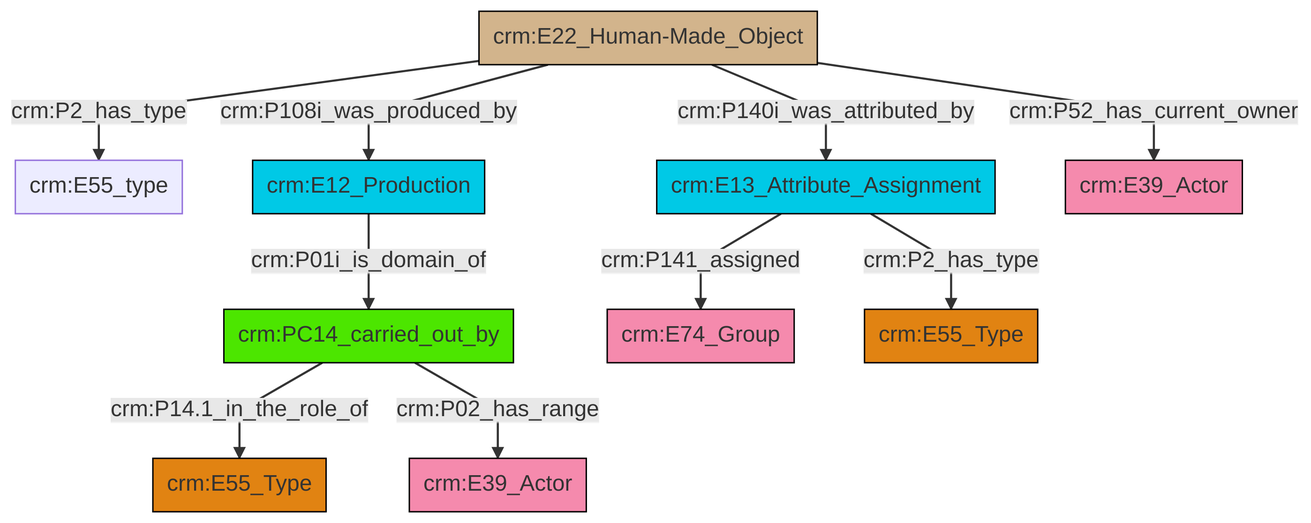
Earlier version of the Mermaid export et/builtWorkCSV/ttl/mmd/png/Built_Work_actor_relations.png (swiss-art-research-net/reference-data-models). Its source is kept beside it as et/builtWorkCSV/ttl/mmd/Built_Work_actor_relations.ttl.mmd.
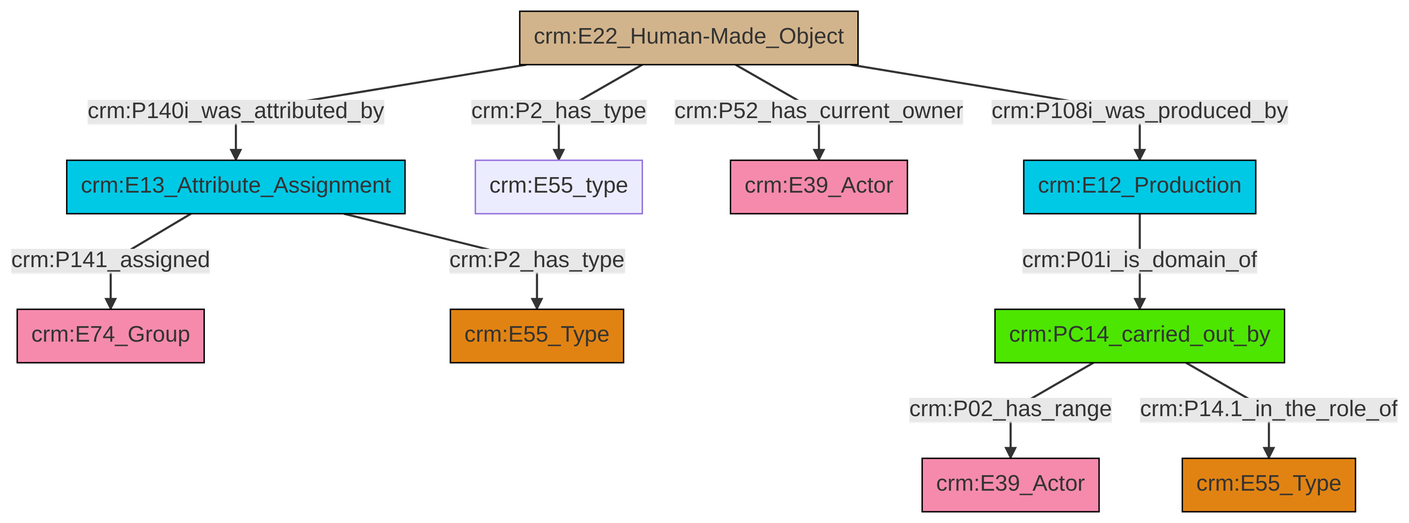
After the commit.

Change to the diagram source:
```diff
@@ -13,12 +13,12 @@
 classDef PC_Classes fill:#4ce600, stroke:#000000;
 classDef Multi fill:#cccccc,stroke:#000000;
 
-0["crm:E22_Human-Made_Object"]:::Physical_Thing -->|crm:P2_has_type| 1["crm:E55_type"]:::Default
-2["crm:PC14_carried_out_by"]:::PC_Classes -->|crm:P14.1_in_the_role_of| 3["crm:E55_Type"]:::Type
-4["crm:E13_Attribute_Assignment"]:::Temporal_Entity -->|crm:P141_assigned| 5["crm:E74_Group"]:::Actor
-2["crm:PC14_carried_out_by"]:::PC_Classes -->|crm:P02_has_range| 9["crm:E39_Actor"]:::Actor
-0["crm:E22_Human-Made_Object"]:::Physical_Thing -->|crm:P108i_was_produced_by| 7["crm:E12_Production"]:::Temporal_Entity
-4["crm:E13_Attribute_Assignment"]:::Temporal_Entity -->|crm:P2_has_type| 14["crm:E55_Type"]:::Type
-7["crm:E12_Production"]:::Temporal_Entity -->|crm:P01i_is_domain_of| 2["crm:PC14_carried_out_by"]:::PC_Classes
-0["crm:E22_Human-Made_Object"]:::Physical_Thing -->|crm:P140i_was_attributed_by| 4["crm:E13_Attribute_Assignment"]:::Temporal_Entity
-0["crm:E22_Human-Made_Object"]:::Physical_Thing -->|crm:P52_has_current_owner| 17["crm:E39_Actor"]:::Actor
+2["crm:PC14_carried_out_by"]:::PC_Classes -->|crm:P02_has_range| 4["crm:E39_Actor"]:::Actor
+2["crm:PC14_carried_out_by"]:::PC_Classes -->|crm:P14.1_in_the_role_of| 5["crm:E55_Type"]:::Type
+10["crm:E22_Human-Made_Object"]:::Physical_Thing -->|crm:P140i_was_attributed_by| 8["crm:E13_Attribute_Assignment"]:::Temporal_Entity
+8["crm:E13_Attribute_Assignment"]:::Temporal_Entity -->|crm:P141_assigned| 11["crm:E74_Group"]:::Actor
+8["crm:E13_Attribute_Assignment"]:::Temporal_Entity -->|crm:P2_has_type| 0["crm:E55_Type"]:::Type
+10["crm:E22_Human-Made_Object"]:::Physical_Thing -->|crm:P2_has_type| 16["crm:E55_type"]:::Default
+10["crm:E22_Human-Made_Object"]:::Physical_Thing -->|crm:P52_has_current_owner| 17["crm:E39_Actor"]:::Actor
+10["crm:E22_Human-Made_Object"]:::Physical_Thing -->|crm:P108i_was_produced_by| 6["crm:E12_Production"]:::Temporal_Entity
+6["crm:E12_Production"]:::Temporal_Entity -->|crm:P01i_is_domain_of| 2["crm:PC14_carried_out_by"]:::PC_Classes
```
